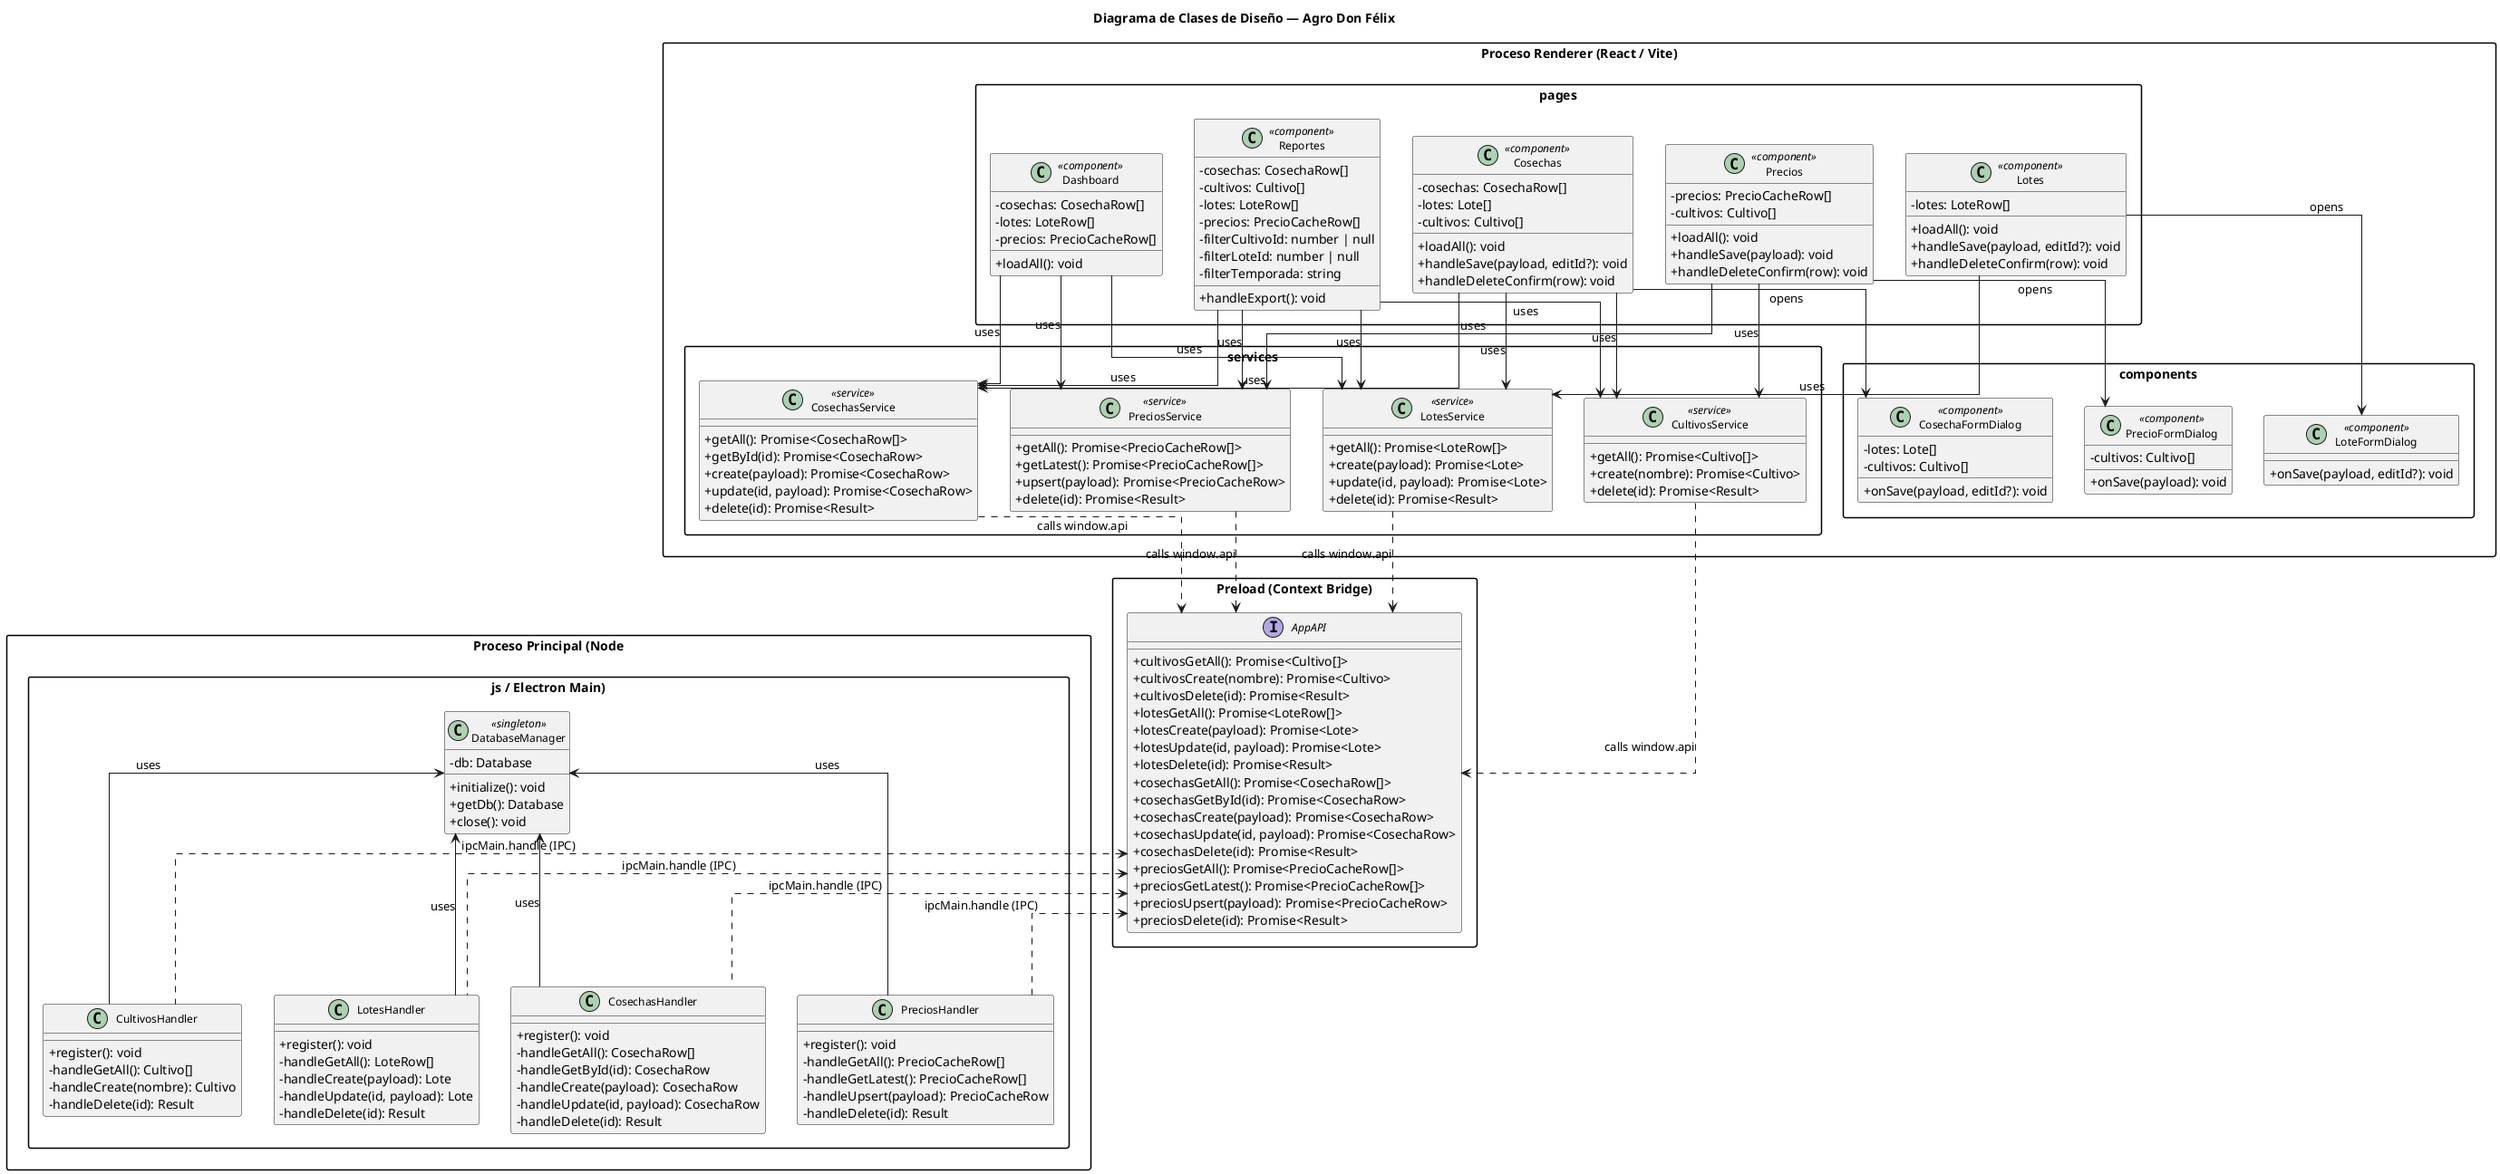
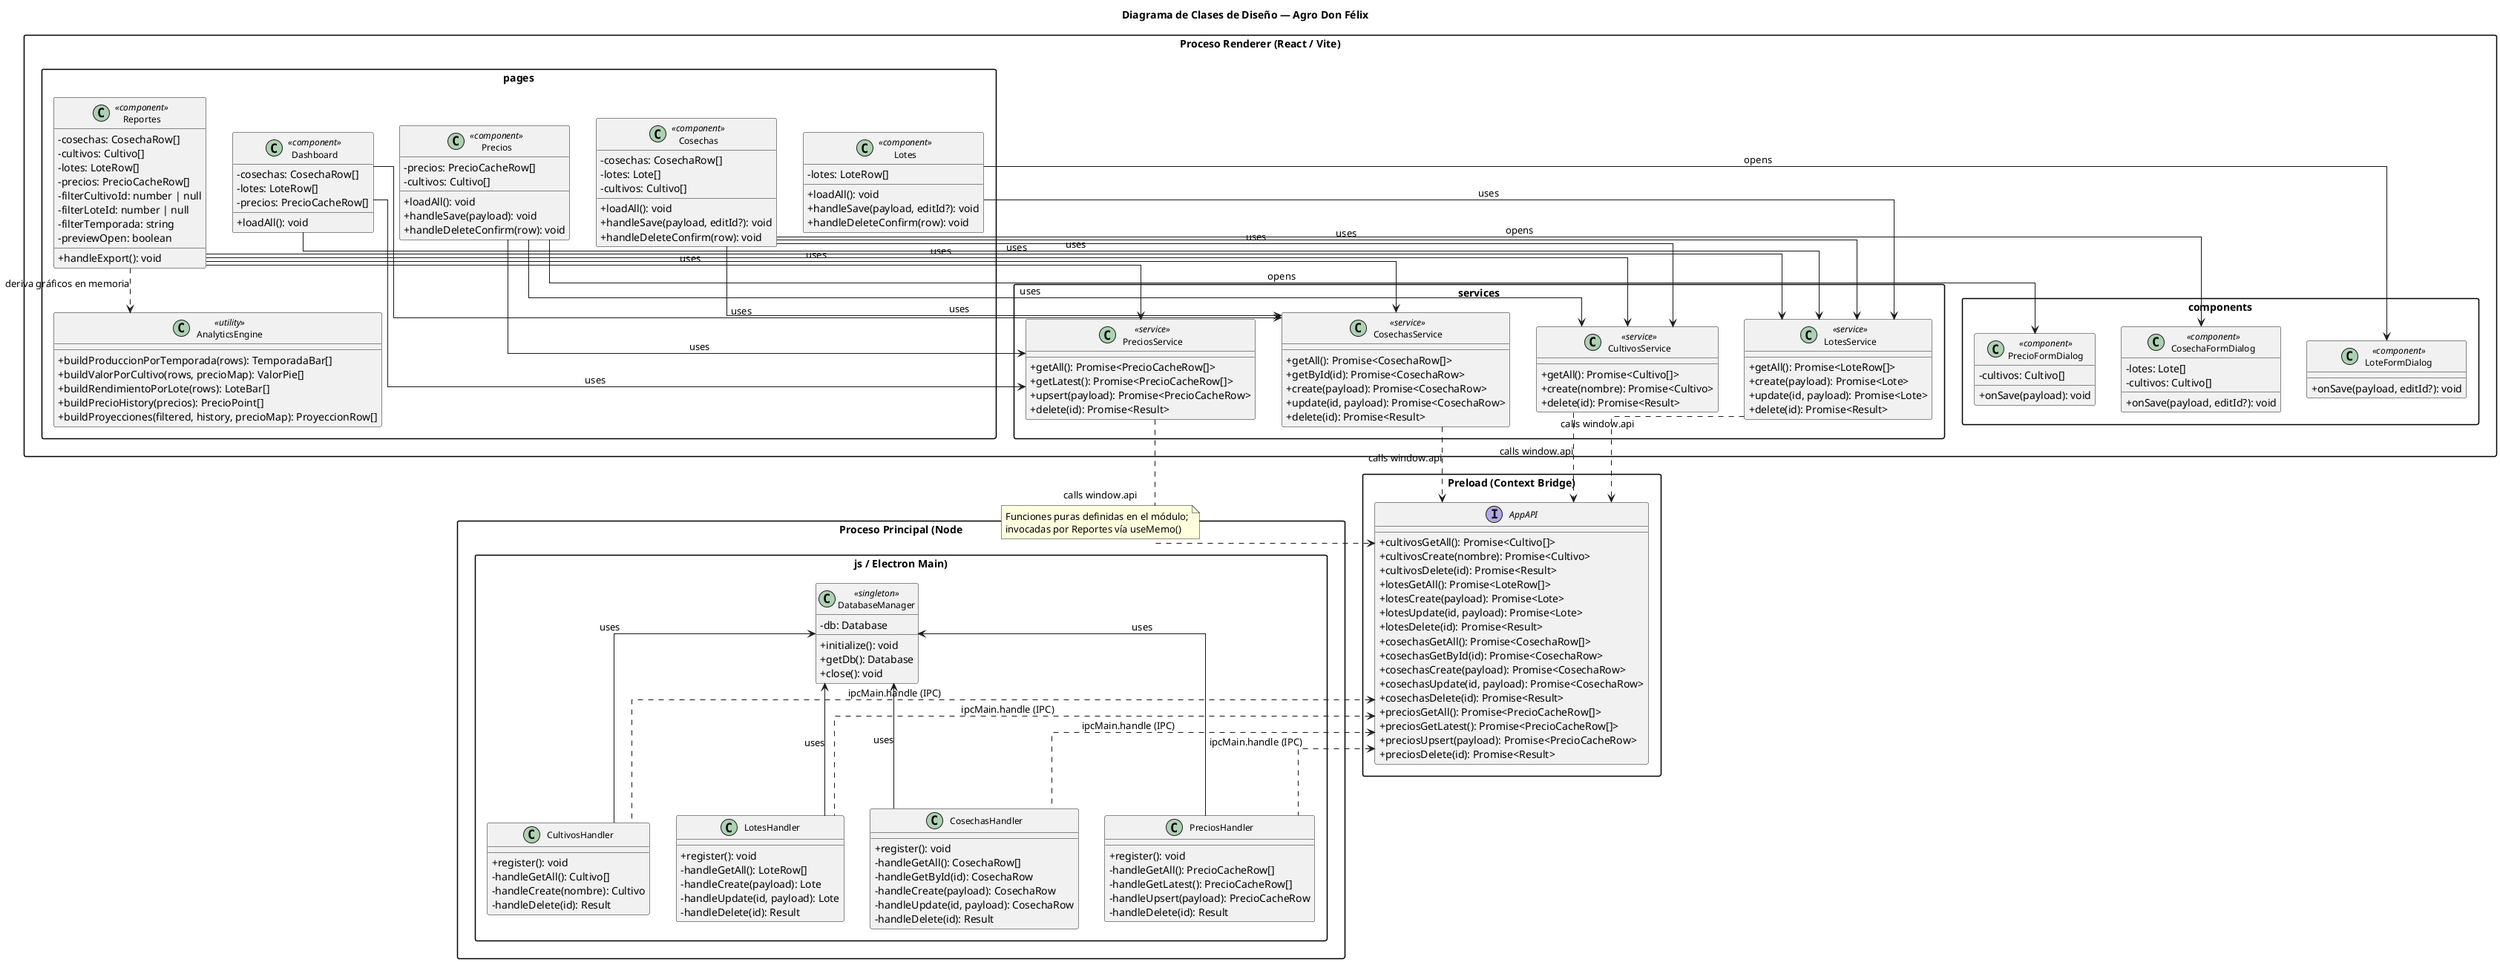
@startuml design-classes
title Diagrama de Clases de Diseño — Agro Don Félix

skinparam classAttributeIconSize 0
skinparam classFontSize 12
skinparam packageStyle rectangle
skinparam shadowing false
skinparam linetype ortho

' ── Main Process ─────────────────────────────────────────────────────────────

package "Proceso Principal (Node.js / Electron Main)" {

  class DatabaseManager <<singleton>> {
    - db: Database
    + initialize(): void
    + getDb(): Database
    + close(): void
  }

  class CultivosHandler {
    + register(): void
    - handleGetAll(): Cultivo[]
    - handleCreate(nombre): Cultivo
    - handleDelete(id): Result
  }

  class LotesHandler {
    + register(): void
    - handleGetAll(): LoteRow[]
    - handleCreate(payload): Lote
    - handleUpdate(id, payload): Lote
    - handleDelete(id): Result
  }

  class CosechasHandler {
    + register(): void
    - handleGetAll(): CosechaRow[]
    - handleGetById(id): CosechaRow
    - handleCreate(payload): CosechaRow
    - handleUpdate(id, payload): CosechaRow
    - handleDelete(id): Result
  }

  class PreciosHandler {
    + register(): void
    - handleGetAll(): PrecioCacheRow[]
    - handleGetLatest(): PrecioCacheRow[]
    - handleUpsert(payload): PrecioCacheRow
    - handleDelete(id): Result
  }

  DatabaseManager <-- CultivosHandler : uses
  DatabaseManager <-- LotesHandler   : uses
  DatabaseManager <-- CosechasHandler: uses
  DatabaseManager <-- PreciosHandler : uses
}

' ── Preload Bridge ────────────────────────────────────────────────────────────

package "Preload (Context Bridge)" {

  interface AppAPI {
    + cultivosGetAll(): Promise<Cultivo[]>
    + cultivosCreate(nombre): Promise<Cultivo>
    + cultivosDelete(id): Promise<Result>
    + lotesGetAll(): Promise<LoteRow[]>
    + lotesCreate(payload): Promise<Lote>
    + lotesUpdate(id, payload): Promise<Lote>
    + lotesDelete(id): Promise<Result>
    + cosechasGetAll(): Promise<CosechaRow[]>
    + cosechasGetById(id): Promise<CosechaRow>
    + cosechasCreate(payload): Promise<CosechaRow>
    + cosechasUpdate(id, payload): Promise<CosechaRow>
    + cosechasDelete(id): Promise<Result>
    + preciosGetAll(): Promise<PrecioCacheRow[]>
    + preciosGetLatest(): Promise<PrecioCacheRow[]>
    + preciosUpsert(payload): Promise<PrecioCacheRow>
    + preciosDelete(id): Promise<Result>
  }
}

' ── Renderer — Services ───────────────────────────────────────────────────────

package "Proceso Renderer (React / Vite)" {

  package "services" {
    class CultivosService <<service>> {
      + getAll(): Promise<Cultivo[]>
      + create(nombre): Promise<Cultivo>
      + delete(id): Promise<Result>
    }

    class LotesService <<service>> {
      + getAll(): Promise<LoteRow[]>
      + create(payload): Promise<Lote>
      + update(id, payload): Promise<Lote>
      + delete(id): Promise<Result>
    }

    class CosechasService <<service>> {
      + getAll(): Promise<CosechaRow[]>
      + getById(id): Promise<CosechaRow>
      + create(payload): Promise<CosechaRow>
      + update(id, payload): Promise<CosechaRow>
      + delete(id): Promise<Result>
    }

    class PreciosService <<service>> {
      + getAll(): Promise<PrecioCacheRow[]>
      + getLatest(): Promise<PrecioCacheRow[]>
      + upsert(payload): Promise<PrecioCacheRow>
      + delete(id): Promise<Result>
    }

    CultivosService ..> AppAPI : calls window.api
    LotesService    ..> AppAPI : calls window.api
    CosechasService ..> AppAPI : calls window.api
    PreciosService  ..> AppAPI : calls window.api
  }

  package "pages" {
    class Dashboard <<component>> {
      - cosechas: CosechaRow[]
      - lotes: LoteRow[]
      - precios: PrecioCacheRow[]
      + loadAll(): void
    }

    class Cosechas <<component>> {
      - cosechas: CosechaRow[]
      - lotes: Lote[]
      - cultivos: Cultivo[]
      + loadAll(): void
      + handleSave(payload, editId?): void
      + handleDeleteConfirm(row): void
    }

    class Lotes <<component>> {
      - lotes: LoteRow[]
      + loadAll(): void
      + handleSave(payload, editId?): void
      + handleDeleteConfirm(row): void
    }

    class Precios <<component>> {
      - precios: PrecioCacheRow[]
      - cultivos: Cultivo[]
      + loadAll(): void
      + handleSave(payload): void
      + handleDeleteConfirm(row): void
    }

    class Reportes <<component>> {
      - cosechas: CosechaRow[]
      - cultivos: Cultivo[]
      - lotes: LoteRow[]
      - precios: PrecioCacheRow[]
      - filterCultivoId: number | null
      - filterLoteId: number | null
      - filterTemporada: string
+       - previewOpen: boolean
      + handleExport(): void
    }
+ 
+     class AnalyticsEngine <<utility>> {
+       + buildProduccionPorTemporada(rows): TemporadaBar[]
+       + buildValorPorCultivo(rows, precioMap): ValorPie[]
+       + buildRendimientoPorLote(rows): LoteBar[]
+       + buildPrecioHistory(precios): PrecioPoint[]
+       + buildProyecciones(filtered, history, precioMap): ProyeccionRow[]
+     }
+ 
+     note on link
+       Funciones puras definidas en el módulo;
+       invocadas por Reportes vía useMemo()
+     end note
+ 
+     Reportes ..> AnalyticsEngine : deriva gráficos en memoria
  }

  package "components" {
    class CosechaFormDialog <<component>> {
      - lotes: Lote[]
      - cultivos: Cultivo[]
      + onSave(payload, editId?): void
    }

    class LoteFormDialog <<component>> {
      + onSave(payload, editId?): void
    }

    class PrecioFormDialog <<component>> {
      - cultivos: Cultivo[]
      + onSave(payload): void
    }
  }

  Dashboard    --> CosechasService : uses
  Dashboard    --> LotesService    : uses
  Dashboard    --> PreciosService  : uses

  Cosechas     --> CosechasService : uses
  Cosechas     --> LotesService    : uses
  Cosechas     --> CultivosService : uses
  Cosechas     --> CosechaFormDialog : opens

  Lotes        --> LotesService    : uses
  Lotes        --> LoteFormDialog  : opens

  Precios      --> PreciosService  : uses
  Precios      --> CultivosService : uses
  Precios      --> PrecioFormDialog: opens

  Reportes     --> CosechasService : uses
  Reportes     --> CultivosService : uses
  Reportes     --> LotesService    : uses
  Reportes     --> PreciosService  : uses
}

' ── Cross-boundary arrow ──────────────────────────────────────────────────────
AppAPI <.. CultivosHandler : ipcMain.handle (IPC)
AppAPI <.. LotesHandler    : ipcMain.handle (IPC)
AppAPI <.. CosechasHandler : ipcMain.handle (IPC)
AppAPI <.. PreciosHandler  : ipcMain.handle (IPC)

@enduml
